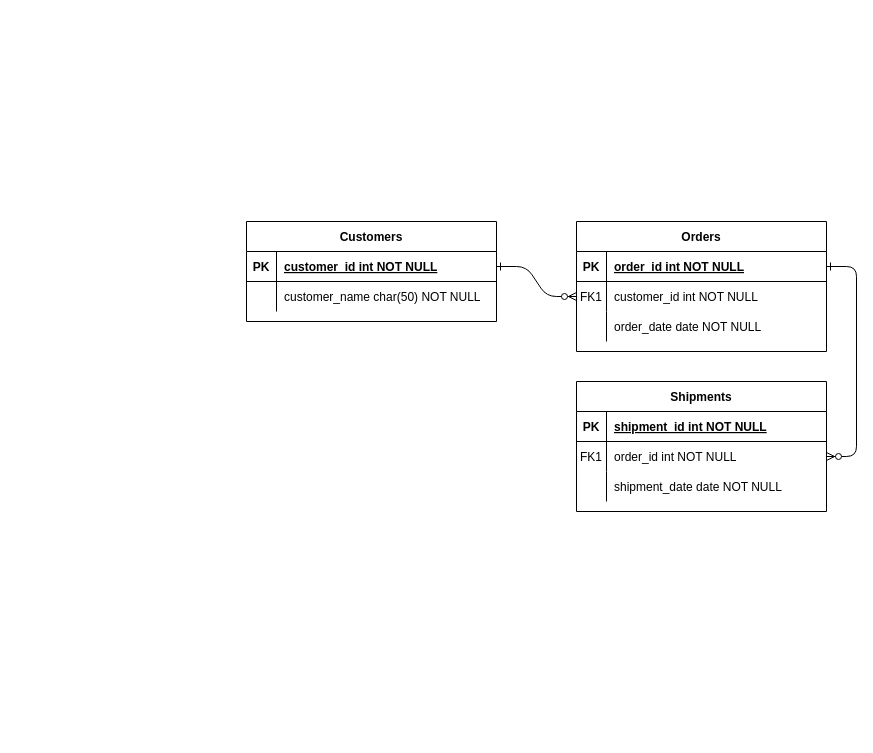
The draw.io diagram ERM.drawio in Derpzz/SPE-MAD, before the edit. Source tidied: cells renumbered, new cells numbered last; positions are measured from the earlier drawing's top-left corner, leaving out a move shared by most shapes. Both pictures are drawn from the tidied source at 100%, with x=0, y=0 at pixel (246, 221).
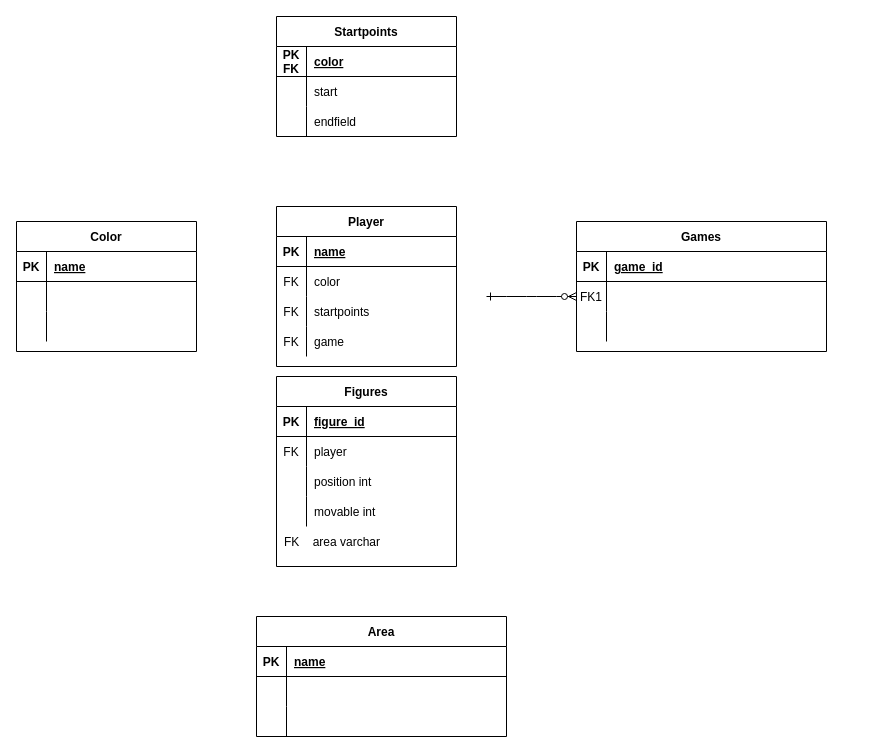
The same page after the edit.

Unchanged cells that the change refers to:
```xml
<mxCell id="5" style="shape=partialRectangle;fillColor=none;points=[[0,0.5],[1,0.5]];portConstraint=eastwest;top=0;left=0;right=0;bottom=1;" parent="4" vertex="1">
  <mxGeometry y="30" width="250" height="30" as="geometry" />
</mxCell>
<mxCell id="8" style="shape=partialRectangle;fillColor=none;points=[[0,0.5],[1,0.5]];portConstraint=eastwest;top=0;left=0;right=0;bottom=0;" parent="4" vertex="1">
  <mxGeometry y="60" width="250" height="30" as="geometry" />
</mxCell>
<mxCell id="11" style="shape=partialRectangle;fillColor=none;top=0;left=0;right=0;bottom=0;" parent="4" vertex="1">
  <mxGeometry y="90" width="250" height="30" as="geometry" />
</mxCell>
```

The edit, as a diff of the source:
```diff
@@
-    <mxCell id="2" style="edgeStyle=entityRelationEdgeStyle;endArrow=ERzeroToMany;startArrow=ERone;endFill=1;startFill=0;" parent="1" edge="1" source="25" target="8">
-      <mxGeometry relative="1" as="geometry" />
+    <mxCell id="2" style="edgeStyle=entityRelationEdgeStyle;endArrow=ERzeroToMany;startArrow=ERone;endFill=1;startFill=0;" parent="1" edge="1" target="8">
+      <mxGeometry relative="1" as="geometry">
+        <mxPoint x="240" y="75" as="sourcePoint" />
+      </mxGeometry>
     </mxCell>
-    <mxCell id="3" style="edgeStyle=entityRelationEdgeStyle;endArrow=ERzeroToMany;startArrow=ERone;endFill=1;startFill=0;" parent="1" edge="1" source="5" target="18">
-      <mxGeometry relative="1" as="geometry" />
-    </mxCell>
-    <mxCell id="4" value="Orders" style="shape=table;startSize=30;childLayout=tableLayout;rowLines=0;fontStyle=1;align=center;" parent="1" vertex="1">
+    <mxCell id="4" value="Games" style="shape=table;startSize=30;childLayout=tableLayout;rowLines=0;fontStyle=1;align=center;" parent="1" vertex="1">
       <mxGeometry x="330" width="250" height="130" as="geometry" />
     </mxCell>
@@
-    <mxCell id="7" value="order_id int NOT NULL " style="shape=partialRectangle;overflow=hidden;fillColor=none;top=0;left=0;bottom=0;right=0;align=left;spacingLeft=6;fontStyle=5;" parent="5" vertex="1">
+    <mxCell id="7" value="game_id" style="shape=partialRectangle;overflow=hidden;fillColor=none;top=0;left=0;bottom=0;right=0;align=left;spacingLeft=6;fontStyle=5;" parent="5" vertex="1">
       <mxGeometry x="30" width="220" height="30" as="geometry" />
     </mxCell>
@@
-    <mxCell id="10" value="customer_id int NOT NULL" style="shape=partialRectangle;overflow=hidden;fillColor=none;top=0;left=0;bottom=0;right=0;align=left;spacingLeft=6;" parent="8" vertex="1">
+    <mxCell id="10" style="shape=partialRectangle;overflow=hidden;fillColor=none;top=0;left=0;bottom=0;right=0;align=left;spacingLeft=6;" parent="8" vertex="1">
       <mxGeometry x="30" width="220" height="30" as="geometry" />
     </mxCell>
@@
-    <mxCell id="13" value="order_date date NOT NULL" style="shape=partialRectangle;overflow=hidden;fillColor=none;top=0;left=0;bottom=0;right=0;align=left;spacingLeft=6;" parent="11" vertex="1">
+    <mxCell id="13" style="shape=partialRectangle;overflow=hidden;fillColor=none;top=0;left=0;bottom=0;right=0;align=left;spacingLeft=6;" parent="11" vertex="1">
       <mxGeometry x="30" width="220" height="30" as="geometry" />
     </mxCell>
-    <mxCell id="14" value="Shipments" style="shape=table;startSize=30;childLayout=tableLayout;rowLines=0;fontStyle=1;align=center;" parent="1" vertex="1">
-      <mxGeometry x="330" y="160" width="250" height="130" as="geometry" />
-    </mxCell>
-    <mxCell id="15" style="shape=partialRectangle;fillColor=none;top=0;left=0;right=0;bottom=1;" parent="14" vertex="1">
-      <mxGeometry y="30" width="250" height="30" as="geometry" />
-    </mxCell>
-    <mxCell id="16" value="PK" style="shape=partialRectangle;overflow=hidden;fillColor=none;top=0;left=0;bottom=0;right=0;fontStyle=1;" parent="15" vertex="1">
-      <mxGeometry width="30" height="30" as="geometry" />
-    </mxCell>
-    <mxCell id="17" value="shipment_id int NOT NULL " style="shape=partialRectangle;overflow=hidden;fillColor=none;top=0;left=0;bottom=0;right=0;align=left;spacingLeft=6;fontStyle=5;" parent="15" vertex="1">
-      <mxGeometry x="30" width="220" height="30" as="geometry" />
-    </mxCell>
-    <mxCell id="18" style="shape=partialRectangle;fillColor=none;points=[[0,0.5],[1,0.5]];portConstraint=eastwest;top=0;left=0;right=0;bottom=0;" parent="14" vertex="1">
-      <mxGeometry y="60" width="250" height="30" as="geometry" />
-    </mxCell>
-    <mxCell id="19" value="FK1" style="shape=partialRectangle;overflow=hidden;fillColor=none;top=0;left=0;bottom=0;right=0;" parent="18" vertex="1">
-      <mxGeometry width="30" height="30" as="geometry" />
-    </mxCell>
-    <mxCell id="20" value="order_id int NOT NULL" style="shape=partialRectangle;overflow=hidden;fillColor=none;top=0;left=0;bottom=0;right=0;align=left;spacingLeft=6;" parent="18" vertex="1">
-      <mxGeometry x="30" width="220" height="30" as="geometry" />
-    </mxCell>
+    <mxCell id="31" value="Area" style="shape=table;startSize=30;childLayout=tableLayout;rowLines=0;fontStyle=1;align=center;" parent="1" vertex="1">
+      <mxGeometry x="10" y="395" width="250" height="120" as="geometry" />
+    </mxCell>
+    <mxCell id="32" style="shape=partialRectangle;fillColor=none;top=0;left=0;right=0;bottom=1;" parent="31" vertex="1">
+      <mxGeometry y="30" width="250" height="30" as="geometry" />
+    </mxCell>
+    <mxCell id="33" value="PK" style="shape=partialRectangle;overflow=hidden;fillColor=none;top=0;left=0;bottom=0;right=0;fontStyle=1;" parent="32" vertex="1">
+      <mxGeometry width="30" height="30" as="geometry" />
+    </mxCell>
+    <mxCell id="34" value="name" style="shape=partialRectangle;overflow=hidden;fillColor=none;top=0;left=0;bottom=0;right=0;align=left;spacingLeft=6;fontStyle=5;" parent="32" vertex="1">
+      <mxGeometry x="30" width="220" height="30" as="geometry" />
+    </mxCell>
+    <mxCell id="35" style="shape=partialRectangle;fillColor=none;top=0;left=0;right=0;bottom=0;" parent="31" vertex="1">
+      <mxGeometry y="60" width="250" height="30" as="geometry" />
+    </mxCell>
+    <mxCell id="36" style="shape=partialRectangle;overflow=hidden;fillColor=none;top=0;left=0;bottom=0;right=0;" parent="35" vertex="1">
+      <mxGeometry width="30" height="30" as="geometry" />
+    </mxCell>
+    <mxCell id="37" style="shape=partialRectangle;overflow=hidden;fillColor=none;top=0;left=0;bottom=0;right=0;align=left;spacingLeft=6;" parent="35" vertex="1">
+      <mxGeometry x="30" width="220" height="30" as="geometry" />
+    </mxCell>
-    <mxCell id="21" style="shape=partialRectangle;fillColor=none;top=0;left=0;right=0;bottom=0;" parent="14" vertex="1">
+    <mxCell id="21" style="shape=partialRectangle;fillColor=none;top=0;left=0;right=0;bottom=0;" parent="31" vertex="1">
       <mxGeometry y="90" width="250" height="30" as="geometry" />
     </mxCell>
-    <mxCell id="22" style="shape=partialRectangle;overflow=hidden;fillColor=none;top=0;left=0;bottom=0;right=0;" parent="21" vertex="1">
-      <mxGeometry width="30" height="30" as="geometry" />
-    </mxCell>
-    <mxCell id="23" value="shipment_date date NOT NULL" style="shape=partialRectangle;overflow=hidden;fillColor=none;top=0;left=0;bottom=0;right=0;align=left;spacingLeft=6;" parent="21" vertex="1">
-      <mxGeometry x="30" width="220" height="30" as="geometry" />
-    </mxCell>
-    <mxCell id="24" value="Customers" style="shape=table;startSize=30;childLayout=tableLayout;rowLines=0;fontStyle=1;align=center;" parent="1" vertex="1">
-      <mxGeometry width="250" height="100" as="geometry" />
-    </mxCell>
-    <mxCell id="25" style="shape=partialRectangle;fillColor=none;points=[[0,0.5],[1,0.5]];portConstraint=eastwest;top=0;left=0;right=0;bottom=1;" parent="24" vertex="1">
-      <mxGeometry y="30" width="250" height="30" as="geometry" />
-    </mxCell>
-    <mxCell id="26" value="PK" style="shape=partialRectangle;overflow=hidden;fillColor=none;top=0;left=0;bottom=0;right=0;fontStyle=1;" parent="25" vertex="1">
-      <mxGeometry width="30" height="30" as="geometry" />
-    </mxCell>
-    <mxCell id="27" value="customer_id int NOT NULL " style="shape=partialRectangle;overflow=hidden;fillColor=none;top=0;left=0;bottom=0;right=0;align=left;spacingLeft=6;fontStyle=5;" parent="25" vertex="1">
-      <mxGeometry x="30" width="220" height="30" as="geometry" />
-    </mxCell>
-    <mxCell id="28" style="shape=partialRectangle;fillColor=none;top=0;left=0;right=0;bottom=0;" parent="24" vertex="1">
-      <mxGeometry y="60" width="250" height="30" as="geometry" />
-    </mxCell>
-    <mxCell id="29" style="shape=partialRectangle;overflow=hidden;fillColor=none;top=0;left=0;bottom=0;right=0;" parent="28" vertex="1">
-      <mxGeometry width="30" height="30" as="geometry" />
-    </mxCell>
-    <mxCell id="30" value="customer_name char(50) NOT NULL" style="shape=partialRectangle;overflow=hidden;fillColor=none;top=0;left=0;bottom=0;right=0;align=left;spacingLeft=6;" parent="28" vertex="1">
-      <mxGeometry x="30" width="220" height="30" as="geometry" />
-    </mxCell>
+    <mxCell id="38" style="shape=partialRectangle;overflow=hidden;fillColor=none;top=0;left=0;bottom=0;right=0;" parent="21" vertex="1">
+      <mxGeometry width="30" height="30" as="geometry" />
+    </mxCell>
+    <mxCell id="39" style="shape=partialRectangle;overflow=hidden;fillColor=none;top=0;left=0;bottom=0;right=0;align=left;spacingLeft=6;" parent="21" vertex="1">
+      <mxGeometry x="30" width="220" height="30" as="geometry" />
+    </mxCell>
+    <mxCell id="40" value="Player" style="shape=table;startSize=30;childLayout=tableLayout;rowLines=0;fontStyle=1;align=center;" parent="1" vertex="1">
+      <mxGeometry x="30" y="-15" width="180" height="160" as="geometry" />
+    </mxCell>
+    <mxCell id="41" style="shape=tableRow;horizontal=0;startSize=0;swimlaneHead=0;swimlaneBody=0;fillColor=none;top=0;left=0;right=0;bottom=1;" parent="40" vertex="1">
+      <mxGeometry y="30" width="180" height="30" as="geometry" />
+    </mxCell>
+    <mxCell id="42" value="PK" style="shape=partialRectangle;fillColor=none;top=0;left=0;bottom=0;right=0;fontStyle=1;overflow=hidden;" parent="41" vertex="1">
+      <mxGeometry width="30" height="30" as="geometry" />
+    </mxCell>
+    <mxCell id="43" value="name" style="shape=partialRectangle;fillColor=none;top=0;left=0;bottom=0;right=0;align=left;spacingLeft=6;fontStyle=5;overflow=hidden;" parent="41" vertex="1">
+      <mxGeometry x="30" width="150" height="30" as="geometry" />
+    </mxCell>
+    <mxCell id="44" style="shape=tableRow;horizontal=0;startSize=0;swimlaneHead=0;swimlaneBody=0;fillColor=none;top=0;left=0;right=0;bottom=0;" parent="40" vertex="1">
+      <mxGeometry y="60" width="180" height="30" as="geometry" />
+    </mxCell>
+    <mxCell id="45" value="FK" style="shape=partialRectangle;fillColor=none;top=0;left=0;bottom=0;right=0;overflow=hidden;" parent="44" vertex="1">
+      <mxGeometry width="30" height="30" as="geometry" />
+    </mxCell>
+    <mxCell id="46" value="color" style="shape=partialRectangle;fillColor=none;top=0;left=0;bottom=0;right=0;align=left;spacingLeft=6;overflow=hidden;" parent="44" vertex="1">
+      <mxGeometry x="30" width="150" height="30" as="geometry" />
+    </mxCell>
+    <mxCell id="47" style="shape=tableRow;horizontal=0;startSize=0;swimlaneHead=0;swimlaneBody=0;fillColor=none;top=0;left=0;right=0;bottom=0;" parent="40" vertex="1">
+      <mxGeometry y="90" width="180" height="30" as="geometry" />
+    </mxCell>
+    <mxCell id="48" value="FK" style="shape=partialRectangle;fillColor=none;top=0;left=0;bottom=0;right=0;overflow=hidden;" parent="47" vertex="1">
+      <mxGeometry width="30" height="30" as="geometry" />
+    </mxCell>
+    <mxCell id="49" value="startpoints" style="shape=partialRectangle;fillColor=none;top=0;left=0;bottom=0;right=0;align=left;spacingLeft=6;overflow=hidden;" parent="47" vertex="1">
+      <mxGeometry x="30" width="150" height="30" as="geometry" />
+    </mxCell>
+    <mxCell id="50" style="shape=tableRow;horizontal=0;startSize=0;swimlaneHead=0;swimlaneBody=0;fillColor=none;top=0;left=0;right=0;bottom=0;" parent="40" vertex="1">
+      <mxGeometry y="120" width="180" height="30" as="geometry" />
+    </mxCell>
+    <mxCell id="51" value="FK" style="shape=partialRectangle;fillColor=none;top=0;left=0;bottom=0;right=0;overflow=hidden;" parent="50" vertex="1">
+      <mxGeometry width="30" height="30" as="geometry" />
+    </mxCell>
+    <mxCell id="52" value="game" style="shape=partialRectangle;fillColor=none;top=0;left=0;bottom=0;right=0;align=left;spacingLeft=6;overflow=hidden;" parent="50" vertex="1">
+      <mxGeometry x="30" width="150" height="30" as="geometry" />
+    </mxCell>
+    <mxCell id="53" value="Color" style="shape=table;startSize=30;childLayout=tableLayout;rowLines=0;fontStyle=1;align=center;" parent="1" vertex="1">
+      <mxGeometry x="-230" width="180" height="130" as="geometry" />
+    </mxCell>
+    <mxCell id="54" style="shape=tableRow;horizontal=0;startSize=0;swimlaneHead=0;swimlaneBody=0;fillColor=none;top=0;left=0;right=0;bottom=1;" parent="53" vertex="1">
+      <mxGeometry y="30" width="180" height="30" as="geometry" />
+    </mxCell>
+    <mxCell id="55" value="PK" style="shape=partialRectangle;fillColor=none;top=0;left=0;bottom=0;right=0;fontStyle=1;overflow=hidden;" parent="54" vertex="1">
+      <mxGeometry width="30" height="30" as="geometry" />
+    </mxCell>
+    <mxCell id="56" value="name" style="shape=partialRectangle;fillColor=none;top=0;left=0;bottom=0;right=0;align=left;spacingLeft=6;fontStyle=5;overflow=hidden;" parent="54" vertex="1">
+      <mxGeometry x="30" width="150" height="30" as="geometry" />
+    </mxCell>
+    <mxCell id="57" style="shape=tableRow;horizontal=0;startSize=0;swimlaneHead=0;swimlaneBody=0;fillColor=none;top=0;left=0;right=0;bottom=0;" parent="53" vertex="1">
+      <mxGeometry y="60" width="180" height="30" as="geometry" />
+    </mxCell>
+    <mxCell id="58" style="shape=partialRectangle;fillColor=none;top=0;left=0;bottom=0;right=0;overflow=hidden;" parent="57" vertex="1">
+      <mxGeometry width="30" height="30" as="geometry" />
+    </mxCell>
+    <mxCell id="59" style="shape=partialRectangle;fillColor=none;top=0;left=0;bottom=0;right=0;align=left;spacingLeft=6;overflow=hidden;" parent="57" vertex="1">
+      <mxGeometry x="30" width="150" height="30" as="geometry" />
+    </mxCell>
+    <mxCell id="60" style="shape=tableRow;horizontal=0;startSize=0;swimlaneHead=0;swimlaneBody=0;fillColor=none;top=0;left=0;right=0;bottom=0;" parent="53" vertex="1">
+      <mxGeometry y="90" width="180" height="30" as="geometry" />
+    </mxCell>
+    <mxCell id="61" style="shape=partialRectangle;fillColor=none;top=0;left=0;bottom=0;right=0;overflow=hidden;" parent="60" vertex="1">
+      <mxGeometry width="30" height="30" as="geometry" />
+    </mxCell>
+    <mxCell id="62" style="shape=partialRectangle;fillColor=none;top=0;left=0;bottom=0;right=0;align=left;spacingLeft=6;overflow=hidden;" parent="60" vertex="1">
+      <mxGeometry x="30" width="150" height="30" as="geometry" />
+    </mxCell>
+    <mxCell id="63" value="Startpoints" style="shape=table;startSize=30;childLayout=tableLayout;rowLines=0;fontStyle=1;align=center;" parent="1" vertex="1">
+      <mxGeometry x="30" y="-205" width="180" height="120" as="geometry" />
+    </mxCell>
+    <mxCell id="64" style="shape=tableRow;horizontal=0;startSize=0;swimlaneHead=0;swimlaneBody=0;fillColor=none;top=0;left=0;right=0;bottom=1;" parent="63" vertex="1">
+      <mxGeometry y="30" width="180" height="30" as="geometry" />
+    </mxCell>
+    <mxCell id="65" value="PK&#10;FK" style="shape=partialRectangle;fillColor=none;top=0;left=0;bottom=0;right=0;fontStyle=1;overflow=hidden;" parent="64" vertex="1">
+      <mxGeometry width="30" height="30" as="geometry" />
+    </mxCell>
+    <mxCell id="66" value="color" style="shape=partialRectangle;fillColor=none;top=0;left=0;bottom=0;right=0;align=left;spacingLeft=6;fontStyle=5;overflow=hidden;" parent="64" vertex="1">
+      <mxGeometry x="30" width="150" height="30" as="geometry" />
+    </mxCell>
+    <mxCell id="67" style="shape=tableRow;horizontal=0;startSize=0;swimlaneHead=0;swimlaneBody=0;fillColor=none;top=0;left=0;right=0;bottom=0;" parent="63" vertex="1">
+      <mxGeometry y="60" width="180" height="30" as="geometry" />
+    </mxCell>
+    <mxCell id="68" style="shape=partialRectangle;fillColor=none;top=0;left=0;bottom=0;right=0;overflow=hidden;" parent="67" vertex="1">
+      <mxGeometry width="30" height="30" as="geometry" />
+    </mxCell>
+    <mxCell id="69" value="start" style="shape=partialRectangle;fillColor=none;top=0;left=0;bottom=0;right=0;align=left;spacingLeft=6;overflow=hidden;" parent="67" vertex="1">
+      <mxGeometry x="30" width="150" height="30" as="geometry" />
+    </mxCell>
+    <mxCell id="70" style="shape=tableRow;horizontal=0;startSize=0;swimlaneHead=0;swimlaneBody=0;fillColor=none;top=0;left=0;right=0;bottom=0;" parent="63" vertex="1">
+      <mxGeometry y="90" width="180" height="30" as="geometry" />
+    </mxCell>
+    <mxCell id="71" style="shape=partialRectangle;fillColor=none;top=0;left=0;bottom=0;right=0;overflow=hidden;" parent="70" vertex="1">
+      <mxGeometry width="30" height="30" as="geometry" />
+    </mxCell>
+    <mxCell id="72" value="endfield" style="shape=partialRectangle;fillColor=none;top=0;left=0;bottom=0;right=0;align=left;spacingLeft=6;overflow=hidden;" parent="70" vertex="1">
+      <mxGeometry x="30" width="150" height="30" as="geometry" />
+    </mxCell>
+    <mxCell id="73" value="FK    area varchar" style="shape=partialRectangle;fillColor=none;top=0;left=0;bottom=0;right=0;align=left;spacingLeft=6;overflow=hidden;" parent="1" vertex="1">
+      <mxGeometry x="30" y="305" width="170" height="30" as="geometry" />
+    </mxCell>
+    <mxCell id="74" value="Figures" style="shape=table;startSize=30;childLayout=tableLayout;rowLines=0;fontStyle=1;align=center;" parent="1" vertex="1">
+      <mxGeometry x="30" y="155" width="180" height="190" as="geometry" />
+    </mxCell>
+    <mxCell id="75" style="shape=tableRow;horizontal=0;startSize=0;swimlaneHead=0;swimlaneBody=0;fillColor=none;top=0;left=0;right=0;bottom=1;" parent="74" vertex="1">
+      <mxGeometry y="30" width="180" height="30" as="geometry" />
+    </mxCell>
+    <mxCell id="76" value="PK" style="shape=partialRectangle;fillColor=none;top=0;left=0;bottom=0;right=0;fontStyle=1;overflow=hidden;" parent="75" vertex="1">
+      <mxGeometry width="30" height="30" as="geometry" />
+    </mxCell>
+    <mxCell id="77" value="figure_id" style="shape=partialRectangle;fillColor=none;top=0;left=0;bottom=0;right=0;align=left;spacingLeft=6;fontStyle=5;overflow=hidden;" parent="75" vertex="1">
+      <mxGeometry x="30" width="150" height="30" as="geometry" />
+    </mxCell>
+    <mxCell id="78" style="shape=tableRow;horizontal=0;startSize=0;swimlaneHead=0;swimlaneBody=0;fillColor=none;top=0;left=0;right=0;bottom=0;" parent="74" vertex="1">
+      <mxGeometry y="60" width="180" height="30" as="geometry" />
+    </mxCell>
+    <mxCell id="79" value="FK" style="shape=partialRectangle;fillColor=none;top=0;left=0;bottom=0;right=0;overflow=hidden;" parent="78" vertex="1">
+      <mxGeometry width="30" height="30" as="geometry" />
+    </mxCell>
+    <mxCell id="80" value="player" style="shape=partialRectangle;fillColor=none;top=0;left=0;bottom=0;right=0;align=left;spacingLeft=6;overflow=hidden;" parent="78" vertex="1">
+      <mxGeometry x="30" width="150" height="30" as="geometry" />
+    </mxCell>
+    <mxCell id="81" style="shape=tableRow;horizontal=0;startSize=0;swimlaneHead=0;swimlaneBody=0;fillColor=none;top=0;left=0;right=0;bottom=0;" parent="74" vertex="1">
+      <mxGeometry y="90" width="180" height="30" as="geometry" />
+    </mxCell>
+    <mxCell id="82" style="shape=partialRectangle;fillColor=none;top=0;left=0;bottom=0;right=0;overflow=hidden;" parent="81" vertex="1">
+      <mxGeometry width="30" height="30" as="geometry" />
+    </mxCell>
+    <mxCell id="83" value="position int" style="shape=partialRectangle;fillColor=none;top=0;left=0;bottom=0;right=0;align=left;spacingLeft=6;overflow=hidden;" parent="81" vertex="1">
+      <mxGeometry x="30" width="150" height="30" as="geometry" />
+    </mxCell>
+    <mxCell id="84" style="shape=tableRow;horizontal=0;startSize=0;swimlaneHead=0;swimlaneBody=0;fillColor=none;top=0;left=0;right=0;bottom=0;" parent="74" vertex="1">
+      <mxGeometry y="120" width="180" height="30" as="geometry" />
+    </mxCell>
+    <mxCell id="85" style="shape=partialRectangle;fillColor=none;top=0;left=0;bottom=0;right=0;overflow=hidden;" parent="84" vertex="1">
+      <mxGeometry width="30" height="30" as="geometry" />
+    </mxCell>
+    <mxCell id="86" value="movable int" style="shape=partialRectangle;fillColor=none;top=0;left=0;bottom=0;right=0;align=left;spacingLeft=6;overflow=hidden;" parent="84" vertex="1">
+      <mxGeometry x="30" width="150" height="30" as="geometry" />
+    </mxCell>
```
